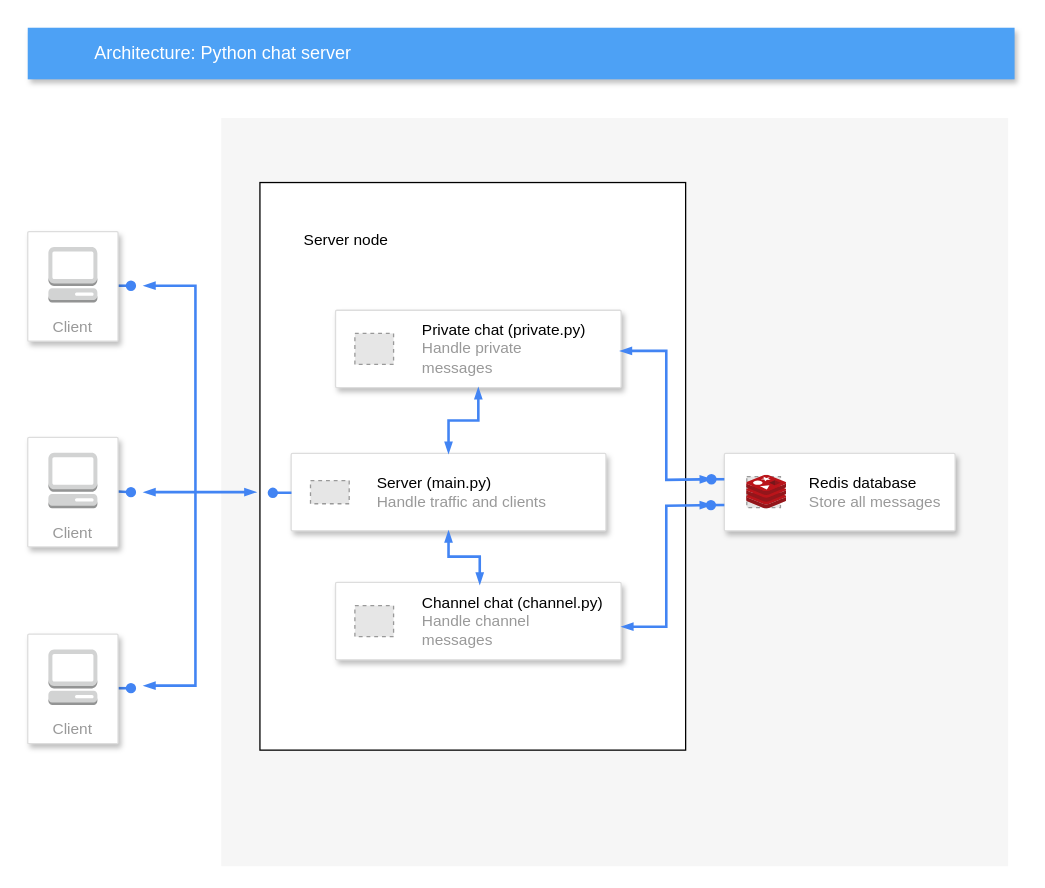
The draw.io diagram assignment4/system_design.drawio in mrMikoma/DistributedSystems, before the edit. Source tidied: cells renumbered, new cells numbered last; positions are measured from the earlier drawing's top-left corner, leaving out a move shared by most shapes. Both pictures are drawn from the tidied source at 129%, with x=0, y=0 at pixel (27, 27). Pictures stored in the file or linked from it are replaced by grey dashed boxes.
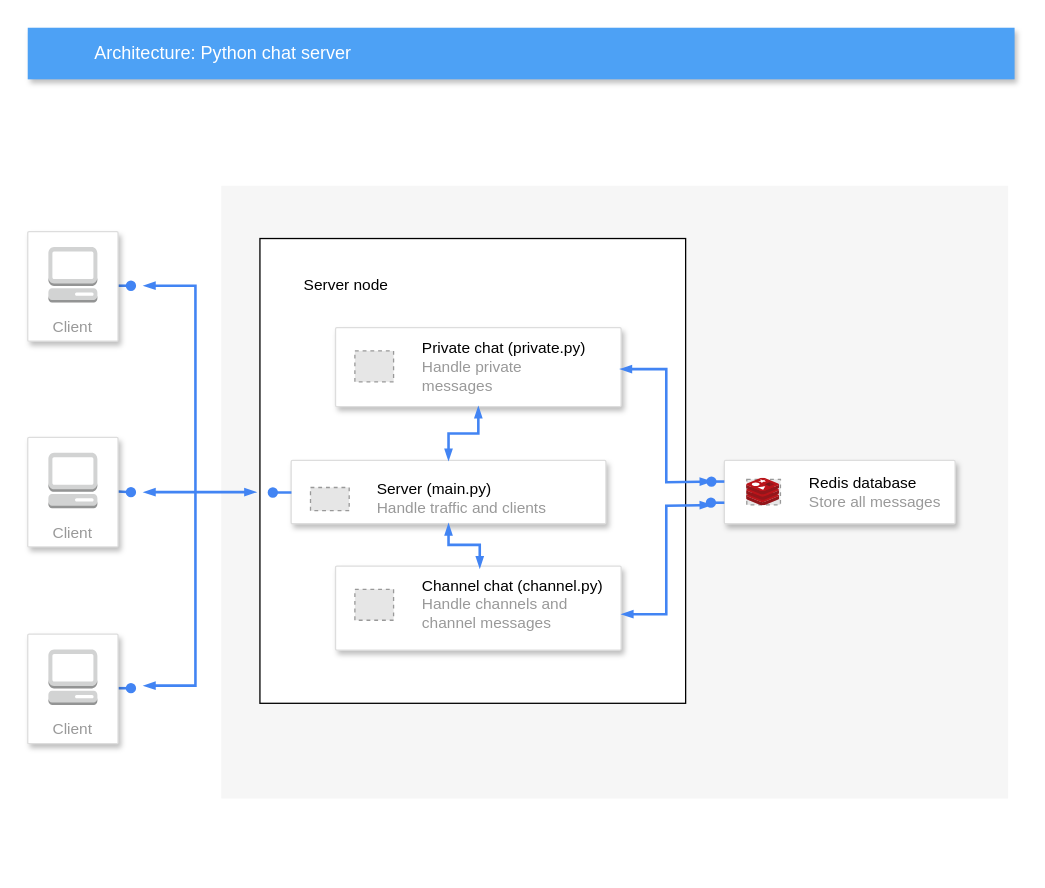
The same diagram, later.

Change to the diagram source:
```diff
@@
     <mxCell id="2" style="fillColor=#F6F6F6;strokeColor=none;shadow=0;gradientColor=none;fontSize=14;align=left;spacing=10;fontColor=#717171;9E9E9E;verticalAlign=top;spacingTop=-4;fontStyle=0;spacingLeft=40;html=1;" parent="1" vertex="1">
-      <mxGeometry x="150" y="70" width="610" height="580" as="geometry" />
+      <mxGeometry x="150" y="122.5" width="610" height="475" as="geometry" />
     </mxCell>
     <mxCell id="3" style="rounded=0;whiteSpace=wrap;html=1;" parent="2" vertex="1">
-      <mxGeometry x="30" y="50" width="330" height="440" as="geometry" />
+      <mxGeometry x="30" y="40.9" width="330" height="360.3" as="geometry" />
     </mxCell>
     <mxCell id="4" style="strokeColor=#dddddd;shadow=1;strokeWidth=1;rounded=1;absoluteArcSize=1;arcSize=2;" parent="2" vertex="1">
-      <mxGeometry x="88.6" y="149" width="221.4" height="60" as="geometry" />
+      <mxGeometry x="88.6" y="110" width="221.4" height="61.2" as="geometry" />
     </mxCell>
@@
     <mxCell id="6" style="strokeColor=#dddddd;shadow=1;strokeWidth=1;rounded=1;absoluteArcSize=1;arcSize=2;" parent="2" vertex="1">
-      <mxGeometry x="54.2" y="260" width="244" height="60" as="geometry" />
+      <mxGeometry x="54.2" y="212.9" width="244" height="49.1" as="geometry" />
     </mxCell>
@@
     <mxCell id="9" style="strokeColor=#dddddd;shadow=1;strokeWidth=1;rounded=1;absoluteArcSize=1;arcSize=2;" parent="2" vertex="1">
-      <mxGeometry x="88.6" y="360" width="221.4" height="60" as="geometry" />
+      <mxGeometry x="88.6" y="294.8" width="221.4" height="65.2" as="geometry" />
     </mxCell>
-    <mxCell id="10" value="&lt;font color=&quot;#000000&quot;&gt;Channel chat (channel.py)&lt;/font&gt;&lt;div&gt;Handle channel &lt;br&gt;messages&lt;/div&gt;" style="fillColor=#E6E6E6;strokeColor=#999999;dashed=1;html=1;fontColor=#999999;verticalLabelPosition=middle;verticalAlign=middle;labelPosition=right;align=left;spacingLeft=20;" parent="9" vertex="1">
+    <mxCell id="10" value="&lt;font color=&quot;#000000&quot;&gt;Channel chat (channel.py)&lt;/font&gt;&lt;div&gt;Handle channels and&lt;br&gt;channel messages&lt;/div&gt;" style="fillColor=#E6E6E6;strokeColor=#999999;dashed=1;html=1;fontColor=#999999;verticalLabelPosition=middle;verticalAlign=middle;labelPosition=right;align=left;spacingLeft=20;" parent="9" vertex="1">
       <mxGeometry width="30" height="24" relative="1" as="geometry">
         <mxPoint x="15" y="18" as="offset" />
       </mxGeometry>
     </mxCell>
@@
     <mxCell id="12" style="group;" parent="2" vertex="1">
-      <mxGeometry x="390" y="260" width="178.9" height="60" as="geometry" />
+      <mxGeometry x="390" y="212.9" width="178.9" height="49.1" as="geometry" />
     </mxCell>
     <mxCell id="13" style="strokeColor=#dddddd;shadow=1;strokeWidth=1;rounded=1;absoluteArcSize=1;arcSize=2;" parent="12" vertex="1">
-      <mxGeometry width="178.9" height="60" as="geometry" />
+      <mxGeometry width="178.9" height="49.1" as="geometry" />
     </mxCell>
     <mxCell id="14" value="&lt;font color=&quot;#000000&quot;&gt;Redis database&lt;br&gt;&lt;/font&gt;Store all messages" style="fillColor=#E6E6E6;strokeColor=#999999;dashed=1;html=1;fontColor=#999999;verticalLabelPosition=middle;verticalAlign=middle;labelPosition=right;align=left;spacingLeft=20;" parent="12" vertex="1">
-      <mxGeometry x="17.4" y="18" width="26.1" height="24" as="geometry" />
+      <mxGeometry x="17.4" y="14.7" width="26.1" height="19.7" as="geometry" />
     </mxCell>
     <mxCell id="15" style="image;sketch=0;html=1;align=center;fontSize=12;image=img/lib/mscae/Cache_Redis_Product.svg;" parent="12" vertex="1">
-      <mxGeometry x="17.4" y="17" width="31.1" height="26.1" as="geometry" />
+      <mxGeometry x="17.4" y="13.9" width="25.5" height="21.4" as="geometry" />
     </mxCell>
     <mxCell id="16" style="edgeStyle=orthogonalEdgeStyle;fontSize=12;html=1;endArrow=oval;endFill=1;rounded=0;strokeWidth=2;endSize=6;startSize=4;dashed=0;strokeColor=#4284F3;exitX=0.002;exitY=0.496;exitDx=0;exitDy=0;exitPerimeter=0;" parent="2" edge="1">
       <mxGeometry relative="1" as="geometry">
-        <mxPoint x="390" y="300" as="sourcePoint" />
-        <mxPoint x="379.6" y="300.2" as="targetPoint" />
+        <mxPoint x="390" y="245.7" as="sourcePoint" />
+        <mxPoint x="379.6" y="245.9" as="targetPoint" />
       </mxGeometry>
     </mxCell>
     <mxCell id="17" style="edgeStyle=orthogonalEdgeStyle;fontSize=12;html=1;endArrow=oval;endFill=1;rounded=0;strokeWidth=2;endSize=6;startSize=4;dashed=0;strokeColor=#4284F3;exitX=0.002;exitY=0.496;exitDx=0;exitDy=0;exitPerimeter=0;" parent="2" edge="1">
       <mxGeometry relative="1" as="geometry">
-        <mxPoint x="390" y="280" as="sourcePoint" />
-        <mxPoint x="380" y="280" as="targetPoint" />
+        <mxPoint x="390" y="229.3" as="sourcePoint" />
+        <mxPoint x="380" y="229.3" as="targetPoint" />
       </mxGeometry>
     </mxCell>
     <mxCell id="18" style="edgeStyle=orthogonalEdgeStyle;fontSize=12;html=1;endArrow=blockThin;endFill=1;rounded=0;strokeWidth=2;endSize=4;startSize=4;dashed=0;strokeColor=#4284F3;startArrow=blockThin;startFill=1;entryX=0.997;entryY=0.525;entryDx=0;entryDy=0;entryPerimeter=0;" parent="2" edge="1" target="4">
       <mxGeometry relative="1" as="geometry">
-        <mxPoint x="380" y="280" as="sourcePoint" />
+        <mxPoint x="380" y="229.3" as="sourcePoint" />
       </mxGeometry>
     </mxCell>
     <mxCell id="19" value="Server node" style="text;html=1;align=center;verticalAlign=middle;whiteSpace=wrap;rounded=0;" parent="2" vertex="1">
-      <mxGeometry x="54.2" y="80" width="85.8" height="30" as="geometry" />
+      <mxGeometry x="54.2" y="65.5" width="85.8" height="24.6" as="geometry" />
     </mxCell>
```
